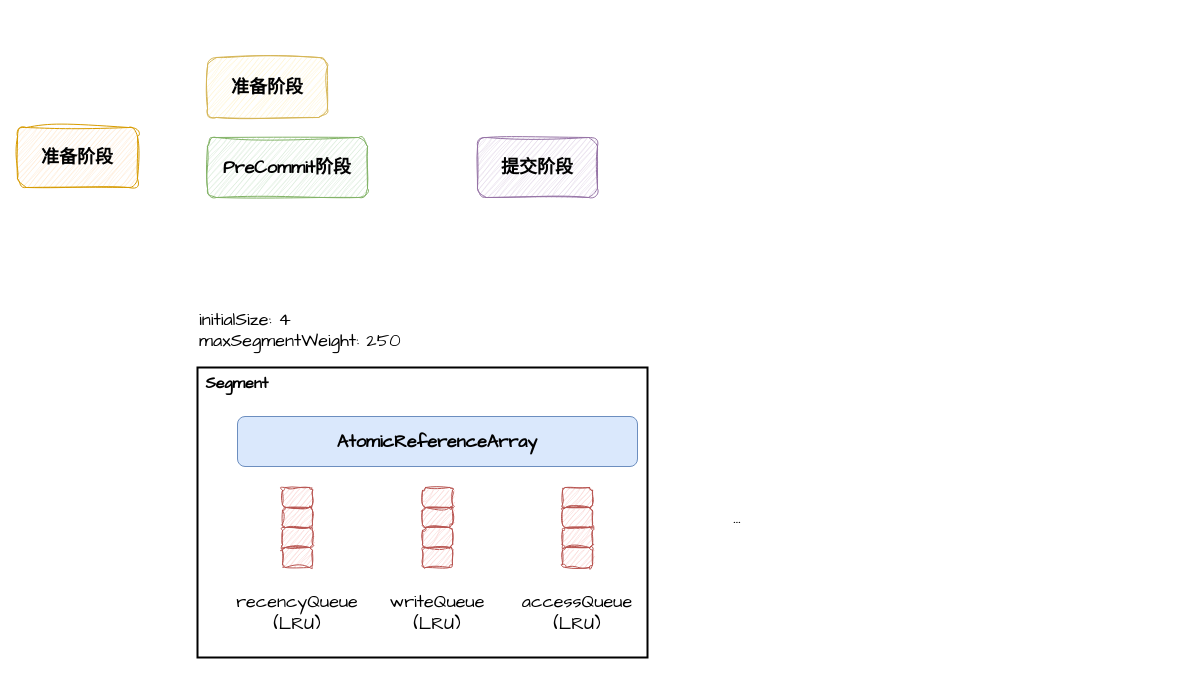
The draw.io diagram src/main/resources/guavachache/guavacache.drawio in FangYuan33/how-much-do-you-know-about-cache, before the edit. Source tidied: cells renumbered, new cells numbered last; positions are measured from the earlier drawing's top-left corner, leaving out a move shared by most shapes. Both pictures are drawn from the tidied source at 100%, with x=0, y=0 at pixel (17, 57).
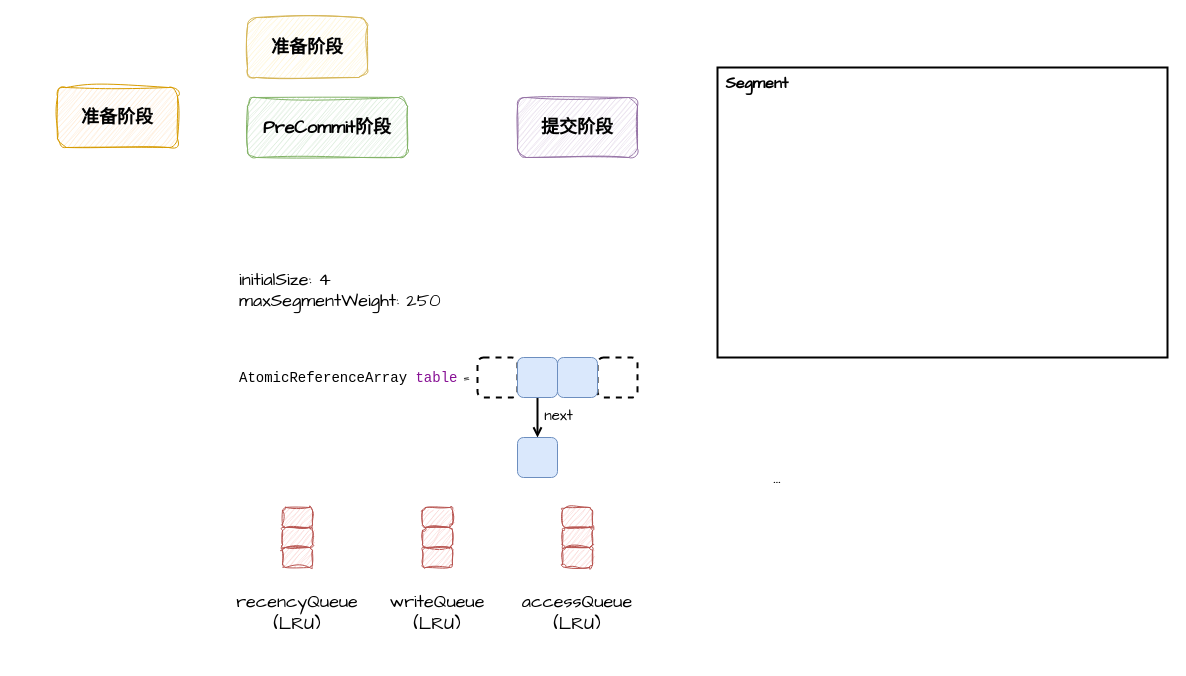
The same diagram, later.

Commit message (it also covers changes not shown here):
guava cache 的 preWriteCleanup 操作

Change to the diagram source:
```diff
@@
     <mxCell id="2" value="&lt;font face=&quot;Comic Sans MS&quot; style=&quot;font-size: 18px;&quot;&gt;&lt;b&gt;准备阶段&lt;/b&gt;&lt;/font&gt;" style="rounded=1;whiteSpace=wrap;html=1;fillColor=#ffe6cc;strokeColor=#d79b00;sketch=1;curveFitting=1;jiggle=2;" parent="1" vertex="1">
-      <mxGeometry y="70" width="120" height="60" as="geometry" />
+      <mxGeometry x="40" y="30" width="120" height="60" as="geometry" />
     </mxCell>
     <mxCell id="3" value="&lt;span style=&quot;font-size: 18px;&quot;&gt;&lt;b&gt;&lt;font face=&quot;Comic Sans MS&quot;&gt;PreCommit阶段&lt;/font&gt;&lt;/b&gt;&lt;/span&gt;" style="rounded=1;whiteSpace=wrap;html=1;fillColor=#d5e8d4;strokeColor=#82b366;sketch=1;curveFitting=1;jiggle=2;" parent="1" vertex="1">
-      <mxGeometry x="190" y="80" width="160" height="60" as="geometry" />
+      <mxGeometry x="230" y="40" width="160" height="60" as="geometry" />
     </mxCell>
     <mxCell id="4" value="&lt;b style=&quot;border-color: var(--border-color); font-size: 18px;&quot;&gt;&lt;font face=&quot;Comic Sans MS&quot;&gt;提交阶段&lt;/font&gt;&lt;/b&gt;" style="rounded=1;whiteSpace=wrap;html=1;fillColor=#e1d5e7;strokeColor=#9673a6;sketch=1;curveFitting=1;jiggle=2;" parent="1" vertex="1">
-      <mxGeometry x="460" y="80" width="120" height="60" as="geometry" />
+      <mxGeometry x="500" y="40" width="120" height="60" as="geometry" />
     </mxCell>
-    <mxCell id="5" value="&lt;font face=&quot;Comic Sans MS&quot;&gt;&lt;span style=&quot;font-size: 18px;&quot;&gt;&lt;b&gt;AtomicReferenceArray&lt;/b&gt;&lt;/span&gt;&lt;/font&gt;" style="rounded=1;whiteSpace=wrap;html=1;fillColor=#dae8fc;strokeColor=#6c8ebf;align=center;verticalAlign=middle;" parent="1" vertex="1">
-      <mxGeometry x="220" y="359" width="400" height="50" as="geometry" />
-    </mxCell>
-    <mxCell id="6" style="rounded=1;whiteSpace=wrap;html=1;fillColor=#f8cecc;strokeColor=#b85450;sketch=1;curveFitting=1;jiggle=2;" parent="1" vertex="1">
-      <mxGeometry x="265" y="430" width="30" height="20" as="geometry" />
-    </mxCell>
     <mxCell id="7" value="&lt;b style=&quot;border-color: var(--border-color); font-size: 18px;&quot;&gt;&lt;font face=&quot;Comic Sans MS&quot;&gt;准备阶段&lt;/font&gt;&lt;/b&gt;" style="rounded=1;whiteSpace=wrap;html=1;fillColor=#fff2cc;strokeColor=#d6b656;sketch=1;curveFitting=1;jiggle=2;" parent="1" vertex="1">
-      <mxGeometry x="190" width="120" height="60" as="geometry" />
+      <mxGeometry x="230" y="-40" width="120" height="60" as="geometry" />
     </mxCell>
@@
-    <mxCell id="12" style="rounded=1;whiteSpace=wrap;html=1;fillColor=#f8cecc;strokeColor=#b85450;sketch=1;curveFitting=1;jiggle=2;" parent="1" vertex="1">
-      <mxGeometry x="405" y="430" width="30" height="20" as="geometry" />
-    </mxCell>
@@
-    <mxCell id="17" style="rounded=1;whiteSpace=wrap;html=1;fillColor=#f8cecc;strokeColor=#b85450;sketch=1;curveFitting=1;jiggle=2;" parent="1" vertex="1">
-      <mxGeometry x="545" y="430" width="30" height="20" as="geometry" />
-    </mxCell>
@@
     <mxCell id="22" value="&lt;font style=&quot;font-size: 16px;&quot; face=&quot;Comic Sans MS&quot;&gt;&lt;b&gt;&amp;nbsp;Segment&lt;/b&gt;&lt;/font&gt;" style="rounded=0;whiteSpace=wrap;html=1;strokeWidth=2;fillColor=none;verticalAlign=top;align=left;" parent="1" vertex="1">
-      <mxGeometry x="180" y="310" width="450" height="290" as="geometry" />
+      <mxGeometry x="700" y="10" width="450" height="290" as="geometry" />
     </mxCell>
     <mxCell id="23" value="&lt;div&gt;&lt;span style=&quot;font-family: &amp;quot;Comic Sans MS&amp;quot;; font-size: 18px;&quot;&gt;initialSize: 4&lt;/span&gt;&lt;font face=&quot;Comic Sans MS&quot; style=&quot;font-size: 18px;&quot;&gt;&lt;/font&gt;&lt;/div&gt;&lt;font face=&quot;Comic Sans MS&quot; style=&quot;font-size: 18px;&quot;&gt;maxSegmentWeight: 250&lt;/font&gt;&lt;div&gt;&lt;br&gt;&lt;/div&gt;" style="text;html=1;strokeColor=none;fillColor=none;align=left;verticalAlign=middle;whiteSpace=wrap;rounded=0;" parent="1" vertex="1">
-      <mxGeometry x="180" y="250" width="240" height="60" as="geometry" />
+      <mxGeometry x="220" y="210" width="240" height="60" as="geometry" />
     </mxCell>
     <mxCell id="24" value="&lt;font face=&quot;Comic Sans MS&quot; style=&quot;font-size: 18px;&quot;&gt;...&lt;/font&gt;" style="text;html=1;strokeColor=none;fillColor=none;align=center;verticalAlign=middle;whiteSpace=wrap;rounded=0;" parent="1" vertex="1">
-      <mxGeometry x="660" y="445" width="120" height="30" as="geometry" />
+      <mxGeometry x="700" y="405" width="120" height="30" as="geometry" />
     </mxCell>
+    <mxCell id="25" style="rounded=1;whiteSpace=wrap;html=1;fillColor=none;align=center;verticalAlign=middle;strokeWidth=2;dashed=1;" parent="1" vertex="1">
+      <mxGeometry x="460" y="300" width="40" height="40" as="geometry" />
+    </mxCell>
+    <mxCell id="26" value="&lt;div&gt;&lt;font style=&quot;font-size: 14px;&quot;&gt;&lt;span style=&quot;background-color: rgb(255, 255, 255); font-family: &amp;quot;JetBrains Mono&amp;quot;, monospace;&quot;&gt;AtomicReferenceArray&lt;/span&gt;&lt;span style=&quot;background-color: rgb(255, 255, 255); color: rgb(8, 8, 8); font-family: &amp;quot;JetBrains Mono&amp;quot;, monospace;&quot;&gt;&amp;nbsp;&lt;/span&gt;&lt;span style=&quot;background-color: rgb(255, 255, 255); color: rgb(135, 16, 148); font-family: &amp;quot;JetBrains Mono&amp;quot;, monospace;&quot;&gt;table&lt;/span&gt;&lt;span style=&quot;text-align: center; font-family: &amp;quot;Comic Sans MS&amp;quot;;&quot;&gt;&amp;nbsp;=&amp;nbsp;&lt;/span&gt;&lt;/font&gt;&lt;/div&gt;" style="text;html=1;strokeColor=none;fillColor=none;align=left;verticalAlign=middle;whiteSpace=wrap;rounded=0;" parent="1" vertex="1">
+      <mxGeometry x="220" y="290" width="230" height="60" as="geometry" />
+    </mxCell>
+    <mxCell id="27" style="edgeStyle=orthogonalEdgeStyle;shape=connector;rounded=0;jettySize=auto;html=1;exitX=0.5;exitY=1;exitDx=0;exitDy=0;strokeColor=default;strokeWidth=2;align=center;verticalAlign=middle;fontFamily=Helvetica;fontSize=11;fontColor=default;labelBackgroundColor=default;endArrow=open;endFill=0;" parent="1" edge="1" source="29" target="30">
+      <mxGeometry relative="1" as="geometry" />
+    </mxCell>
+    <mxCell id="28" value="&lt;span&gt;&lt;font style=&quot;font-size: 15px;&quot; face=&quot;Comic Sans MS&quot;&gt;next&lt;/font&gt;&lt;/span&gt;" style="edgeLabel;html=1;align=center;verticalAlign=middle;fontFamily=Helvetica;fontSize=11;fontColor=default;labelBackgroundColor=none;" parent="27" vertex="1">
+      <mxGeometry x="-0.15" y="2" relative="1" as="geometry">
+        <mxPoint x="18" as="offset" />
+      </mxGeometry>
+    </mxCell>
+    <mxCell id="29" style="rounded=1;whiteSpace=wrap;html=1;fillColor=#dae8fc;strokeColor=#6c8ebf;align=center;verticalAlign=middle;" parent="1" vertex="1">
+      <mxGeometry x="500" y="300" width="40" height="40" as="geometry" />
+    </mxCell>
+    <mxCell id="30" style="rounded=1;whiteSpace=wrap;html=1;fillColor=#dae8fc;strokeColor=#6c8ebf;align=center;verticalAlign=middle;" parent="1" vertex="1">
+      <mxGeometry x="500" y="380" width="40" height="40" as="geometry" />
+    </mxCell>
+    <mxCell id="31" style="rounded=1;whiteSpace=wrap;html=1;fillColor=none;align=center;verticalAlign=middle;strokeWidth=2;dashed=1;" parent="1" vertex="1">
+      <mxGeometry x="580" y="300" width="40" height="40" as="geometry" />
+    </mxCell>
+    <mxCell id="32" style="rounded=1;whiteSpace=wrap;html=1;fillColor=#dae8fc;strokeColor=#6c8ebf;align=center;verticalAlign=middle;" parent="1" vertex="1">
+      <mxGeometry x="540" y="300" width="40" height="40" as="geometry" />
+    </mxCell>
```
